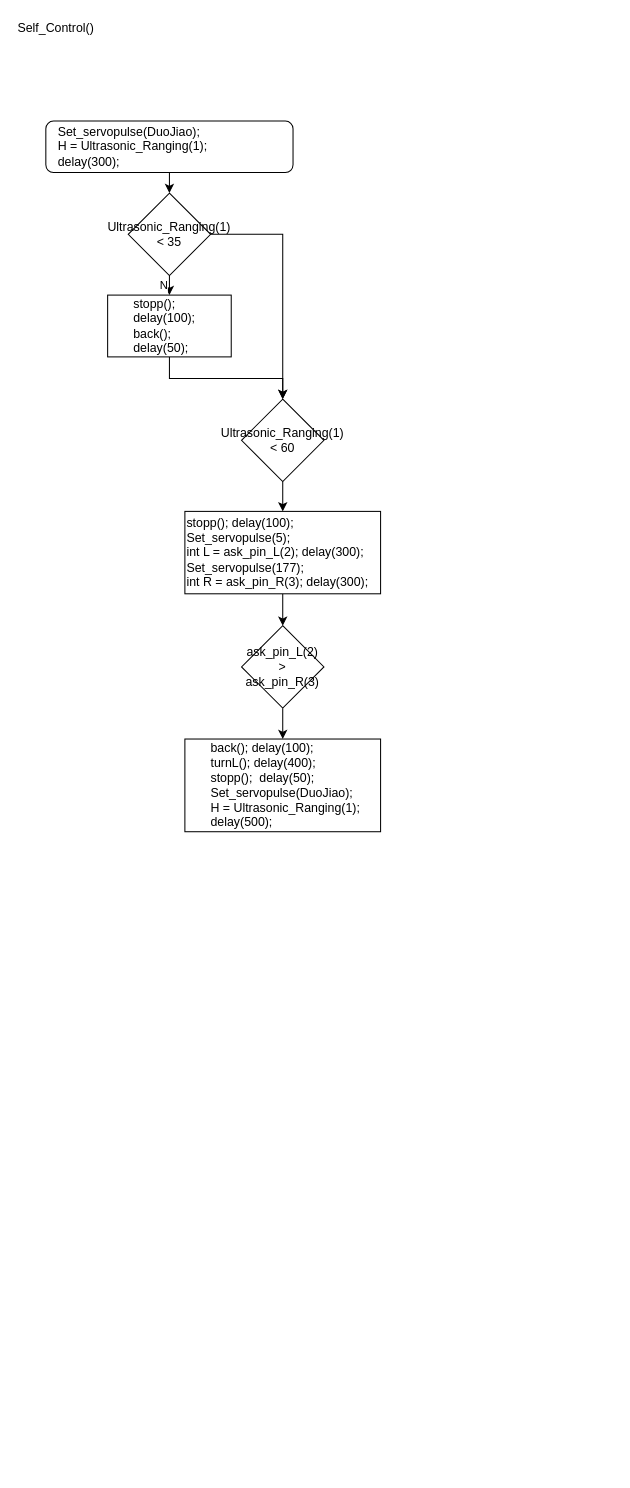
Before: Untitled Diagram.drawio in TLR1000/robocar, a draw.io diagram. Source tidied: cells renumbered, new cells numbered last; positions are measured from the earlier drawing's top-left corner, leaving out a move shared by most shapes. Both pictures are drawn from the tidied source at 103%, with x=0, y=0 at pixel (35, 18).
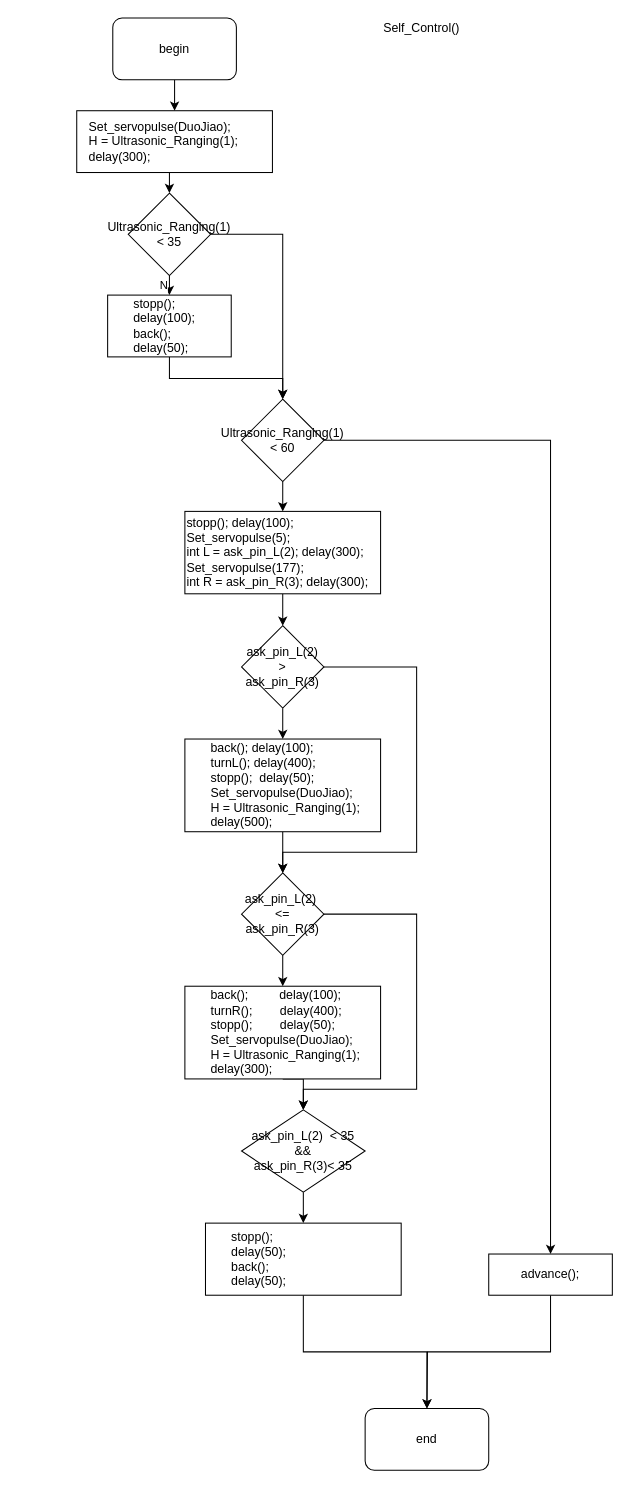
The same diagram, later.

The change refers to these unchanged cells:
```xml
<mxCell id="7" value="Ultrasonic_Ranging(1) &amp;lt; 35" style="rhombus;whiteSpace=wrap;html=1;align=center;" parent="1" vertex="1">
  <mxGeometry x="90" y="170" width="80" height="80" as="geometry" />
</mxCell>
<mxCell id="11" value="&lt;span style=&quot;white-space: normal;&quot;&gt;Ultrasonic_Ranging(1) &amp;lt; 60&lt;/span&gt;" style="rhombus;whiteSpace=wrap;html=1;align=center;" parent="1" vertex="1">
  <mxGeometry x="200" y="370" width="80" height="80" as="geometry" />
</mxCell>
<mxCell id="15" value="ask_pin_L(2) &amp;gt; ask_pin_R(3)" style="rhombus;whiteSpace=wrap;html=1;align=center;" parent="1" vertex="1">
  <mxGeometry x="200" y="590" width="80" height="80" as="geometry" />
</mxCell>
<mxCell id="16" value="&lt;div&gt;&lt;span style=&quot;white-space: nowrap&quot;&gt;&amp;nbsp; &amp;nbsp; &amp;nbsp; &amp;nbsp;back();&amp;nbsp;&lt;/span&gt;&lt;span style=&quot;white-space: nowrap&quot;&gt;delay(100);&amp;nbsp; &amp;nbsp; &amp;nbsp;&amp;nbsp;&lt;/span&gt;&lt;/div&gt;&lt;div&gt;&lt;span style=&quot;white-space: nowrap&quot;&gt;&amp;nbsp; &amp;nbsp; &amp;nbsp; &amp;nbsp;turnL();&lt;/span&gt;&lt;span style=&quot;white-space: nowrap&quot;&gt;&amp;nbsp;delay(400);&amp;nbsp; &amp;nbsp; &amp;nbsp; &amp;nbsp; &amp;nbsp; &amp;nbsp; &amp;nbsp; &amp;nbsp; &amp;nbsp;&amp;nbsp;&lt;/span&gt;&lt;/div&gt;&lt;div&gt;&lt;span style=&quot;white-space: nowrap&quot;&gt;&amp;nbsp; &amp;nbsp; &amp;nbsp; &amp;nbsp;stopp();&amp;nbsp; d&lt;/span&gt;&lt;span style=&quot;white-space: nowrap&quot;&gt;elay(50);&amp;nbsp; &amp;nbsp; &amp;nbsp; &amp;nbsp; &amp;nbsp; &amp;nbsp;&amp;nbsp;&lt;/span&gt;&lt;/div&gt;&lt;div&gt;&lt;span style=&quot;white-space: nowrap&quot;&gt;&amp;nbsp; &amp;nbsp; &amp;nbsp; &amp;nbsp;Set_servopulse(DuoJiao);&lt;/span&gt;&lt;/div&gt;&lt;div&gt;&lt;span style=&quot;white-space: nowrap&quot;&gt;&amp;nbsp; &amp;nbsp; &amp;nbsp; &amp;nbsp;H = Ultrasonic_Ranging(1);&lt;/span&gt;&lt;/div&gt;&lt;div&gt;&lt;span style=&quot;white-space: nowrap&quot;&gt;&amp;nbsp; &amp;nbsp; &amp;nbsp; &amp;nbsp;delay(500);&lt;/span&gt;&lt;/div&gt;" style="rounded=0;whiteSpace=wrap;html=1;align=left;" parent="1" vertex="1">
  <mxGeometry x="145" y="700" width="190" height="90" as="geometry" />
</mxCell>
```

What changed in the source:
```diff
@@
-    <mxCell id="2" style="edgeStyle=orthogonalEdgeStyle;rounded=0;jettySize=auto;html=1;exitX=0.5;exitY=1;exitDx=0;exitDy=0;entryX=0.5;entryY=0;entryDx=0;entryDy=0;" parent="1" edge="1" source="3" target="7">
-      <mxGeometry relative="1" as="geometry" />
+    <mxCell id="2" style="edgeStyle=orthogonalEdgeStyle;rounded=0;jettySize=auto;html=1;exitX=0.5;exitY=1;exitDx=0;exitDy=0;entryX=0.5;entryY=0;entryDx=0;entryDy=0;" parent="1" edge="1" target="7">
+      <mxGeometry relative="1" as="geometry">
+        <mxPoint x="130" y="150" as="sourcePoint" />
+      </mxGeometry>
     </mxCell>
-    <mxCell id="3" value="&lt;div&gt;&lt;span&gt;&amp;nbsp; &amp;nbsp;Set_servopulse(DuoJiao);&lt;/span&gt;&lt;br&gt;&lt;/div&gt;&lt;div&gt;&lt;span&gt;&amp;nbsp; &amp;nbsp;H = Ultrasonic_Ranging(1);&lt;/span&gt;&lt;br&gt;&lt;/div&gt;&lt;div&gt;&amp;nbsp; &amp;nbsp;delay(300);&amp;nbsp; &amp;nbsp;&lt;/div&gt;" style="rounded=1;whiteSpace=wrap;html=1;fontSize=12;glass=0;strokeWidth=1;shadow=0;align=left;" parent="1" vertex="1">
-      <mxGeometry x="10" y="100" width="240" height="50" as="geometry" />
-    </mxCell>
     <mxCell id="4" value="Self_Control()" style="text;html=1;strokeColor=none;fillColor=none;align=center;verticalAlign=middle;whiteSpace=wrap;rounded=0;" parent="1" vertex="1">
-      <mxGeometry width="40" height="20" as="geometry" />
+      <mxGeometry x="355" width="40" height="20" as="geometry" />
     </mxCell>
@@
+    <mxCell id="17" style="edgeStyle=orthogonalEdgeStyle;rounded=0;jettySize=auto;html=1;exitX=1;exitY=0.5;exitDx=0;exitDy=0;entryX=0.5;entryY=0;entryDx=0;entryDy=0;" parent="1" edge="1" source="11" target="30">
+      <mxGeometry relative="1" as="geometry" />
+    </mxCell>
@@
+    <mxCell id="18" style="edgeStyle=orthogonalEdgeStyle;rounded=0;jettySize=auto;html=1;exitX=1;exitY=0.5;exitDx=0;exitDy=0;entryX=0.5;entryY=0;entryDx=0;entryDy=0;" parent="1" edge="1" source="15" target="21">
+      <mxGeometry relative="1" as="geometry">
+        <Array as="points">
+          <mxPoint x="370" y="630" />
+          <mxPoint x="370" y="810" />
+          <mxPoint x="240" y="810" />
+        </Array>
+      </mxGeometry>
+    </mxCell>
@@
+    <mxCell id="19" style="edgeStyle=orthogonalEdgeStyle;rounded=0;jettySize=auto;html=1;exitX=0.5;exitY=1;exitDx=0;exitDy=0;entryX=0.5;entryY=0;entryDx=0;entryDy=0;" parent="1" edge="1" source="16" target="21">
+      <mxGeometry relative="1" as="geometry" />
+    </mxCell>
@@
+    <mxCell id="20" style="edgeStyle=orthogonalEdgeStyle;rounded=0;jettySize=auto;html=1;exitX=0.5;exitY=1;exitDx=0;exitDy=0;" parent="1" edge="1" source="21" target="24">
+      <mxGeometry relative="1" as="geometry" />
+    </mxCell>
+    <mxCell id="21" value="ask_pin_L(2)&amp;nbsp; &amp;lt;= ask_pin_R(3)" style="rhombus;whiteSpace=wrap;html=1;align=center;" parent="1" vertex="1">
+      <mxGeometry x="200" y="830" width="80" height="80" as="geometry" />
+    </mxCell>
+    <mxCell id="22" style="edgeStyle=orthogonalEdgeStyle;rounded=0;jettySize=auto;html=1;exitX=0.5;exitY=1;exitDx=0;exitDy=0;entryX=0.5;entryY=0;entryDx=0;entryDy=0;" parent="1" edge="1" source="24" target="26">
+      <mxGeometry relative="1" as="geometry" />
+    </mxCell>
+    <mxCell id="23" style="edgeStyle=orthogonalEdgeStyle;rounded=0;jettySize=auto;html=1;exitX=1;exitY=0.5;exitDx=0;exitDy=0;entryX=0.5;entryY=0;entryDx=0;entryDy=0;" parent="1" edge="1" source="21" target="26">
+      <mxGeometry relative="1" as="geometry">
+        <Array as="points">
+          <mxPoint x="370" y="870" />
+          <mxPoint x="370" y="1040" />
+          <mxPoint x="260" y="1040" />
+        </Array>
+      </mxGeometry>
+    </mxCell>
+    <mxCell id="24" value="&lt;div&gt;&lt;span style=&quot;white-space: nowrap&quot;&gt;&amp;nbsp; &amp;nbsp; &amp;nbsp; &amp;nbsp;back();&amp;nbsp;&amp;nbsp;&lt;/span&gt;&lt;span style=&quot;white-space: nowrap&quot;&gt;&amp;nbsp; &amp;nbsp; &amp;nbsp; &amp;nbsp;delay(100);&amp;nbsp;&amp;nbsp;&lt;/span&gt;&lt;/div&gt;&lt;div&gt;&lt;span style=&quot;white-space: nowrap&quot;&gt;&amp;nbsp; &amp;nbsp; &amp;nbsp; &amp;nbsp;turnR();&amp;nbsp;&lt;/span&gt;&lt;span style=&quot;white-space: nowrap&quot;&gt;&amp;nbsp; &amp;nbsp; &amp;nbsp; &amp;nbsp;delay(400);&amp;nbsp; &amp;nbsp;&lt;/span&gt;&lt;/div&gt;&lt;div&gt;&lt;span style=&quot;white-space: nowrap&quot;&gt;&amp;nbsp; &amp;nbsp; &amp;nbsp; &amp;nbsp;stopp();&lt;/span&gt;&lt;span style=&quot;white-space: nowrap&quot;&gt;&amp;nbsp; &amp;nbsp; &amp;nbsp; &amp;nbsp; delay(50);&amp;nbsp; &amp;nbsp; &amp;nbsp; &amp;nbsp; &amp;nbsp; &amp;nbsp;&amp;nbsp;&lt;/span&gt;&lt;/div&gt;&lt;div&gt;&lt;span style=&quot;white-space: nowrap&quot;&gt;&amp;nbsp; &amp;nbsp; &amp;nbsp; &amp;nbsp;Set_servopulse(DuoJiao);&lt;/span&gt;&lt;/div&gt;&lt;div&gt;&lt;span style=&quot;white-space: nowrap&quot;&gt;&amp;nbsp; &amp;nbsp; &amp;nbsp; &amp;nbsp;H = Ultrasonic_Ranging(1);&lt;/span&gt;&lt;/div&gt;&lt;div&gt;&lt;span style=&quot;white-space: nowrap&quot;&gt;&amp;nbsp; &amp;nbsp; &amp;nbsp; &amp;nbsp;delay(300);&amp;nbsp;&amp;nbsp;&lt;/span&gt;&lt;/div&gt;" style="rounded=0;whiteSpace=wrap;html=1;align=left;" parent="1" vertex="1">
+      <mxGeometry x="145" y="940" width="190" height="90" as="geometry" />
+    </mxCell>
+    <mxCell id="25" style="edgeStyle=orthogonalEdgeStyle;rounded=0;jettySize=auto;html=1;exitX=0.5;exitY=1;exitDx=0;exitDy=0;entryX=0.5;entryY=0;entryDx=0;entryDy=0;" parent="1" edge="1" source="26" target="28">
+      <mxGeometry relative="1" as="geometry" />
+    </mxCell>
+    <mxCell id="26" value="ask_pin_L(2)&amp;nbsp; &amp;lt; 35 &lt;br&gt;&amp;amp;&amp;amp; &lt;br&gt;ask_pin_R(3)&amp;lt; 35" style="rhombus;whiteSpace=wrap;html=1;align=center;" parent="1" vertex="1">
+      <mxGeometry x="200" y="1060" width="120" height="80" as="geometry" />
+    </mxCell>
+    <mxCell id="27" style="edgeStyle=orthogonalEdgeStyle;rounded=0;jettySize=auto;html=1;exitX=0.5;exitY=1;exitDx=0;exitDy=0;entryX=0.5;entryY=0;entryDx=0;entryDy=0;" parent="1" edge="1" source="28" target="31">
+      <mxGeometry relative="1" as="geometry" />
+    </mxCell>
+    <mxCell id="28" value="&lt;div&gt;&lt;span style=&quot;white-space: nowrap&quot;&gt;&amp;nbsp; &amp;nbsp; &amp;nbsp; &amp;nbsp;stopp();&amp;nbsp; &amp;nbsp; &amp;nbsp; &amp;nbsp; &amp;nbsp; &amp;nbsp;&amp;nbsp;&lt;/span&gt;&lt;/div&gt;&lt;div&gt;&lt;span style=&quot;white-space: nowrap&quot;&gt;&amp;nbsp; &amp;nbsp; &amp;nbsp; &amp;nbsp;delay(50);&lt;/span&gt;&lt;/div&gt;&lt;div&gt;&lt;span style=&quot;white-space: nowrap&quot;&gt;&amp;nbsp; &amp;nbsp; &amp;nbsp; &amp;nbsp;back();&amp;nbsp;&lt;/span&gt;&lt;/div&gt;&lt;div&gt;&lt;span style=&quot;white-space: nowrap&quot;&gt;&amp;nbsp; &amp;nbsp; &amp;nbsp; &amp;nbsp;delay(50);&amp;nbsp;&lt;/span&gt;&lt;/div&gt;" style="rounded=0;whiteSpace=wrap;html=1;align=left;" parent="1" vertex="1">
+      <mxGeometry x="165" y="1170" width="190" height="70" as="geometry" />
+    </mxCell>
+    <mxCell id="29" style="edgeStyle=orthogonalEdgeStyle;rounded=0;jettySize=auto;html=1;exitX=0.5;exitY=1;exitDx=0;exitDy=0;" parent="1" edge="1" source="30">
+      <mxGeometry relative="1" as="geometry">
+        <mxPoint x="380" y="1350" as="targetPoint" />
+      </mxGeometry>
+    </mxCell>
+    <mxCell id="30" value="&lt;div&gt;&lt;span style=&quot;white-space: nowrap&quot;&gt;advance();&lt;/span&gt;&lt;/div&gt;" style="rounded=0;whiteSpace=wrap;html=1;align=center;" parent="1" vertex="1">
+      <mxGeometry x="440" y="1200" width="120" height="40" as="geometry" />
+    </mxCell>
+    <mxCell id="31" value="end" style="rounded=1;whiteSpace=wrap;html=1;align=center;" parent="1" vertex="1">
+      <mxGeometry x="320" y="1350" width="120" height="60" as="geometry" />
+    </mxCell>
+    <mxCell id="3" value="&lt;div&gt;&amp;nbsp; &amp;nbsp;Set_servopulse(DuoJiao);&lt;br&gt;&lt;/div&gt;&lt;div&gt;&amp;nbsp; &amp;nbsp;H = Ultrasonic_Ranging(1);&lt;br&gt;&lt;/div&gt;&lt;div&gt;&amp;nbsp; &amp;nbsp;delay(300);&amp;nbsp; &amp;nbsp;&lt;/div&gt;" style="rounded=0;whiteSpace=wrap;html=1;align=left;" parent="1" vertex="1">
+      <mxGeometry x="40" y="90" width="190" height="60" as="geometry" />
+    </mxCell>
+    <mxCell id="32" style="edgeStyle=orthogonalEdgeStyle;rounded=0;jettySize=auto;html=1;exitX=0.5;exitY=1;exitDx=0;exitDy=0;entryX=0.5;entryY=0;entryDx=0;entryDy=0;" parent="1" edge="1" source="33" target="3">
+      <mxGeometry relative="1" as="geometry" />
+    </mxCell>
+    <mxCell id="33" value="begin" style="rounded=1;whiteSpace=wrap;html=1;align=center;" parent="1" vertex="1">
+      <mxGeometry x="75" width="120" height="60" as="geometry" />
+    </mxCell>
```
